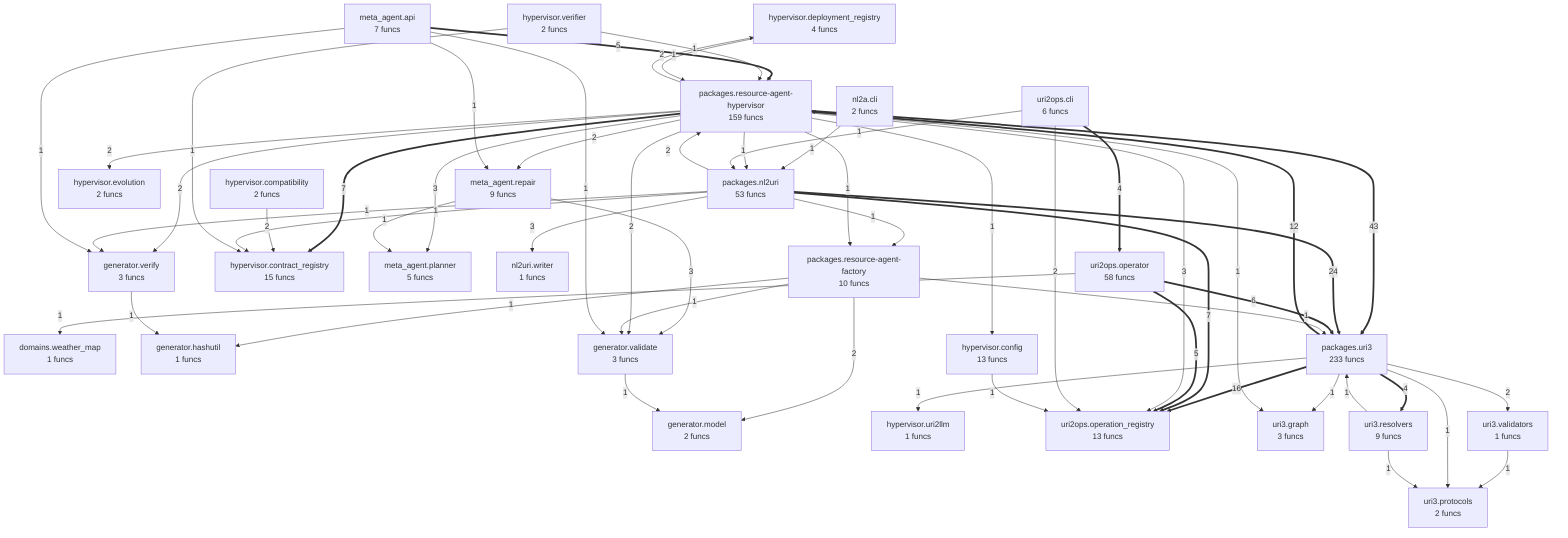
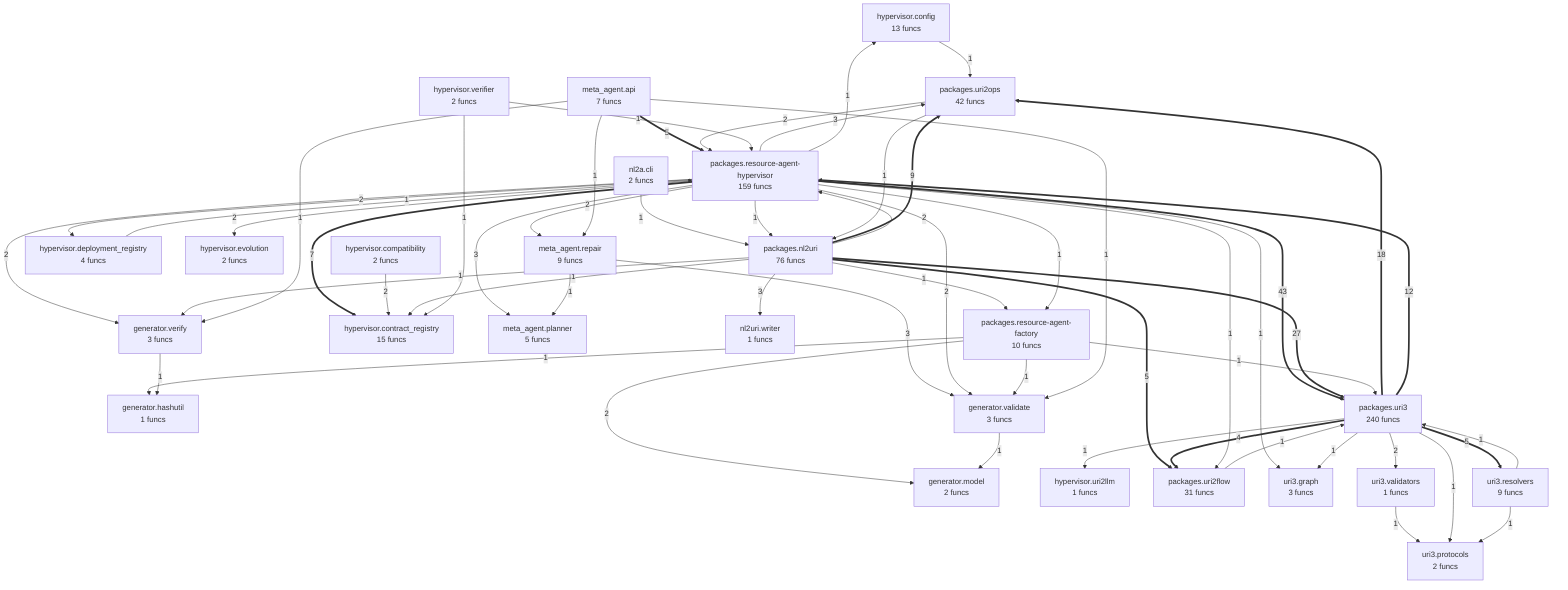
flowchart TD
- %% generated in 0.02s
-     domains__weather_map["domains.weather_map<br/>1 funcs"]
+ %% generated in 0.03s
    generator__hashutil["generator.hashutil<br/>1 funcs"]
    generator__model["generator.model<br/>2 funcs"]
    generator__validate["generator.validate<br/>3 funcs"]
    generator__verify["generator.verify<br/>3 funcs"]
    hypervisor__compatibility["hypervisor.compatibility<br/>2 funcs"]
    hypervisor__config["hypervisor.config<br/>13 funcs"]
    hypervisor__contract_registry["hypervisor.contract_registry<br/>15 funcs"]
    hypervisor__deployment_registry["hypervisor.deployment_registry<br/>4 funcs"]
    hypervisor__evolution["hypervisor.evolution<br/>2 funcs"]
    hypervisor__uri2llm["hypervisor.uri2llm<br/>1 funcs"]
    hypervisor__verifier["hypervisor.verifier<br/>2 funcs"]
    meta_agent__api["meta_agent.api<br/>7 funcs"]
    meta_agent__planner["meta_agent.planner<br/>5 funcs"]
    meta_agent__repair["meta_agent.repair<br/>9 funcs"]
    nl2a__cli["nl2a.cli<br/>2 funcs"]
    nl2uri__writer["nl2uri.writer<br/>1 funcs"]
-     packages__nl2uri["packages.nl2uri<br/>53 funcs"]
+     packages__nl2uri["packages.nl2uri<br/>76 funcs"]
    packages__resource_agent_factory["packages.resource-agent-factory<br/>10 funcs"]
    packages__resource_agent_hypervisor["packages.resource-agent-hypervisor<br/>159 funcs"]
-     packages__uri3["packages.uri3<br/>233 funcs"]
-     uri2ops__cli["uri2ops.cli<br/>6 funcs"]
-     uri2ops__operation_registry["uri2ops.operation_registry<br/>13 funcs"]
-     uri2ops__operator["uri2ops.operator<br/>58 funcs"]
+     packages__uri2flow["packages.uri2flow<br/>31 funcs"]
+     packages__uri2ops["packages.uri2ops<br/>42 funcs"]
+     packages__uri3["packages.uri3<br/>240 funcs"]
    uri3__graph["uri3.graph<br/>3 funcs"]
    uri3__protocols["uri3.protocols<br/>2 funcs"]
    uri3__resolvers["uri3.resolvers<br/>9 funcs"]
    uri3__validators["uri3.validators<br/>1 funcs"]
    packages__resource_agent_hypervisor ==>|43| packages__uri3
-     packages__nl2uri ==>|24| packages__uri3
-     packages__uri3 ==>|16| uri2ops__operation_registry
+     packages__nl2uri ==>|27| packages__uri3
+     packages__uri3 ==>|18| packages__uri2ops
    packages__uri3 ==>|12| packages__resource_agent_hypervisor
-     packages__nl2uri ==>|7| uri2ops__operation_registry
+     packages__nl2uri ==>|9| packages__uri2ops
    packages__resource_agent_hypervisor ==>|7| hypervisor__contract_registry
-     uri2ops__operator ==>|6| packages__uri3
+     packages__uri3 ==>|5| uri3__resolvers
    meta_agent__api ==>|5| packages__resource_agent_hypervisor
-     uri2ops__operator ==>|5| uri2ops__operation_registry
-     packages__uri3 ==>|4| uri3__resolvers
-     uri2ops__cli ==>|4| uri2ops__operator
+     packages__nl2uri ==>|5| packages__uri2flow
+     packages__uri3 ==>|4| packages__uri2flow
    packages__nl2uri -->|3| nl2uri__writer
    packages__resource_agent_hypervisor -->|3| meta_agent__planner
    meta_agent__repair -->|3| generator__validate
-     packages__resource_agent_hypervisor -->|3| uri2ops__operation_registry
+     packages__resource_agent_hypervisor -->|3| packages__uri2ops
    packages__uri3 -->|2| uri3__validators
    packages__resource_agent_factory -->|2| generator__model
    packages__nl2uri -->|2| packages__resource_agent_hypervisor
    packages__resource_agent_hypervisor -->|2| generator__validate
    packages__resource_agent_hypervisor -->|2| meta_agent__repair
    packages__resource_agent_hypervisor -->|2| generator__verify
    packages__resource_agent_hypervisor -->|2| hypervisor__evolution
    packages__resource_agent_hypervisor -->|2| hypervisor__deployment_registry
    hypervisor__compatibility -->|2| hypervisor__contract_registry
-     uri2ops__cli -->|2| uri2ops__operation_registry
-     packages__uri3 -->|1| uri3__graph
+     packages__uri2ops -->|2| packages__resource_agent_hypervisor
    uri3__validators -->|1| uri3__protocols
    packages__uri3 -->|1| uri3__protocols
    packages__uri3 -->|1| hypervisor__uri2llm
    uri3__resolvers -->|1| packages__uri3
    uri3__resolvers -->|1| uri3__protocols
    generator__validate -->|1| generator__model
    packages__resource_agent_factory -->|1| packages__uri3
    packages__resource_agent_factory -->|1| generator__validate
    packages__resource_agent_factory -->|1| generator__hashutil
    generator__verify -->|1| generator__hashutil
    packages__nl2uri -->|1| packages__resource_agent_factory
    packages__nl2uri -->|1| hypervisor__contract_registry
    packages__nl2uri -->|1| generator__verify
    nl2a__cli -->|1| packages__nl2uri
+     packages__resource_agent_hypervisor -->|1| packages__uri2flow
    meta_agent__api -->|1| generator__validate
    meta_agent__api -->|1| meta_agent__repair
    meta_agent__api -->|1| generator__verify
    packages__resource_agent_hypervisor -->|1| packages__resource_agent_factory
    meta_agent__repair -->|1| meta_agent__planner
    hypervisor__verifier -->|1| hypervisor__contract_registry
    hypervisor__verifier -->|1| packages__resource_agent_hypervisor
    packages__resource_agent_hypervisor -->|1| hypervisor__config
-     hypervisor__config -->|1| uri2ops__operation_registry
+     hypervisor__config -->|1| packages__uri2ops
    packages__resource_agent_hypervisor -->|1| uri3__graph
    packages__resource_agent_hypervisor -->|1| packages__nl2uri
    hypervisor__deployment_registry -->|1| packages__resource_agent_hypervisor
-     uri2ops__operator -->|1| domains__weather_map
-     uri2ops__cli -->|1| packages__nl2uri
+     packages__uri3 -->|1| uri3__graph
+     packages__uri2flow -->|1| packages__uri3
+     packages__uri2ops -->|1| packages__nl2uri
